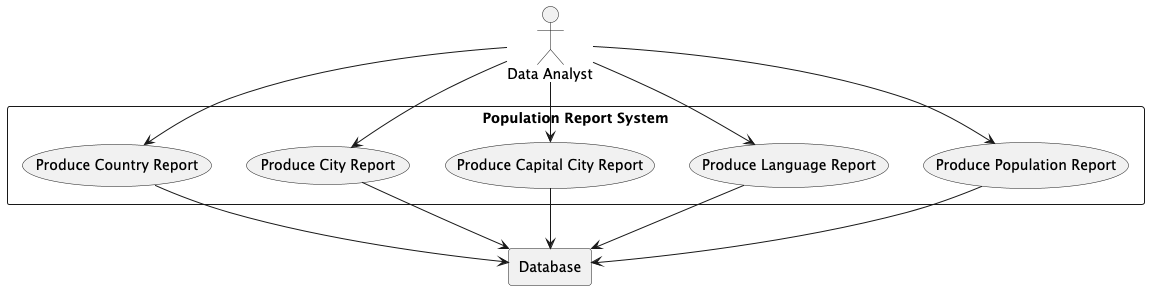
The PlantUML diagram use-cases/Population_Report_System_Use_Case_Diagram.png in group9-devops/devops, before a commit.
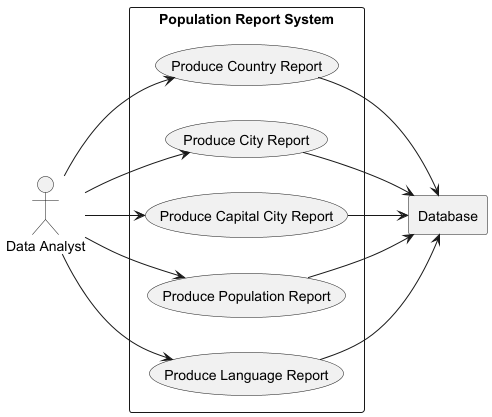
After the commit.

Commit message:
Defined use cases in details

The edit, as a diff of the source:
```diff
@@ -1,15 +1,17 @@
 @startuml
 
-actor "Data Analyst" as DA
+left to right direction
 
-rectangle "Database" as DB
+actor DA as "Data Analyst"
+
+rectangle DB as "Database"
 
 rectangle "Population Report System" {
-  usecase UC1 as "Produce Country Report"
-  usecase UC2 as "Produce City Report"
-  usecase UC3 as "Produce Capital City Report"
-  usecase UC4 as "Produce Language Report"
-  usecase UC5 as "Produce Population Report"
+    usecase UC1 as "Produce Country Report"
+    usecase UC2 as "Produce City Report"
+    usecase UC3 as "Produce Capital City Report"
+    usecase UC5 as "Produce Population Report"
+    usecase UC4 as "Produce Language Report"
 }
 
 DA --> UC1
```
